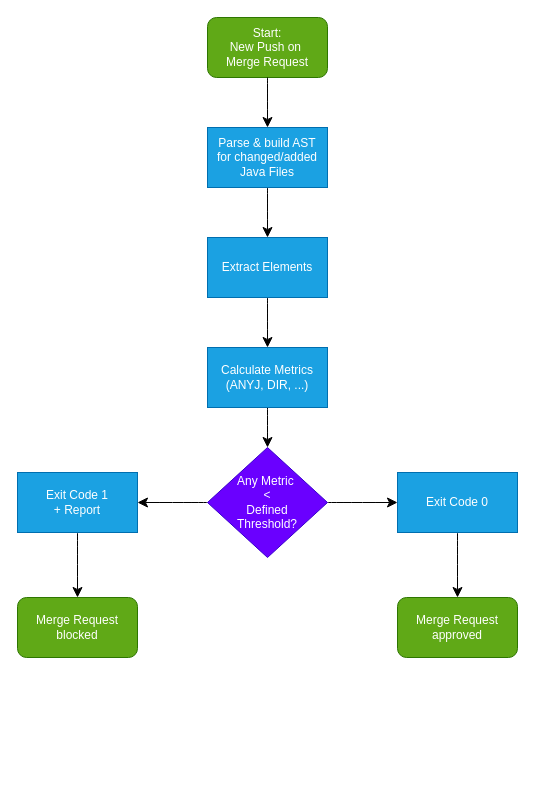
silvio201/pat-prototype keeps this draw.io diagram as Flussdiagram.drawio. Above is the earlier version. Source tidied: cells renumbered, new cells numbered last; positions are measured from the earlier drawing's top-left corner, leaving out a move shared by most shapes. Both pictures are drawn from the tidied source at 100%, with x=0, y=0 at pixel (17, 17).
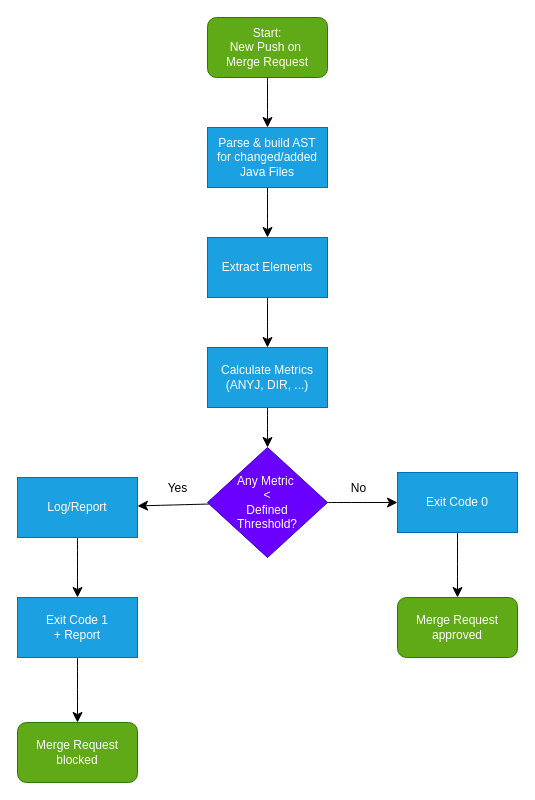
The same page after the edit.

Commit message:
Modified Flussdiagram.drawio: Added extra report step and Yes/No description

Unchanged cells that the change refers to:
```xml
<mxCell id="10" style="edgeStyle=none;curved=1;rounded=0;jettySize=auto;html=1;entryX=0;entryY=0.5;entryDx=0;entryDy=0;fontSize=12;startSize=8;endSize=8;" parent="1" edge="1" source="11" target="15">
  <mxGeometry relative="1" as="geometry" />
</mxCell>
<mxCell id="11" value="Any Metric&amp;nbsp;&lt;br&gt;&amp;lt;&lt;br&gt;Defined&lt;br&gt;Threshold?" style="rhombus;whiteSpace=wrap;html=1;fillColor=#6a00ff;fontColor=#ffffff;strokeColor=#3700CC;" parent="1" vertex="1">
  <mxGeometry x="190" y="430" width="120" height="110" as="geometry" />
</mxCell>
```

Change to the diagram source:
```diff
@@
-    <mxCell id="9" style="edgeStyle=none;curved=1;rounded=0;jettySize=auto;html=1;entryX=1;entryY=0.5;entryDx=0;entryDy=0;fontSize=12;startSize=8;endSize=8;" parent="1" edge="1" source="11" target="13">
-      <mxGeometry relative="1" as="geometry" />
-    </mxCell>
@@
+    <mxCell id="19" value="&lt;div&gt;No&lt;/div&gt;" style="edgeLabel;html=1;align=center;verticalAlign=middle;fontSize=12;" parent="10" vertex="1">
+      <mxGeometry x="-0.02" y="1" relative="1" as="geometry">
+        <mxPoint x="-4" y="-14" as="offset" />
+      </mxGeometry>
+    </mxCell>
+    <mxCell id="20" style="edgeStyle=none;curved=1;rounded=0;jettySize=auto;html=1;fontSize=12;startSize=8;endSize=8;" parent="1" edge="1" source="11" target="23">
+      <mxGeometry relative="1" as="geometry" />
+    </mxCell>
+    <mxCell id="21" value="&lt;div&gt;Yes&lt;/div&gt;" style="edgeLabel;html=1;align=center;verticalAlign=middle;fontSize=12;" parent="20" vertex="1">
+      <mxGeometry x="-0.29" y="3" relative="1" as="geometry">
+        <mxPoint x="-7" y="-20" as="offset" />
+      </mxGeometry>
+    </mxCell>
@@
     <mxCell id="13" value="Exit Code 1&lt;br&gt;+ Report" style="rounded=0;whiteSpace=wrap;html=1;fillColor=#1ba1e2;fontColor=#ffffff;strokeColor=#006EAF;" parent="1" vertex="1">
-      <mxGeometry y="455" width="120" height="60" as="geometry" />
+      <mxGeometry y="580" width="120" height="60" as="geometry" />
     </mxCell>
@@
     <mxCell id="16" value="Merge Request blocked" style="rounded=1;whiteSpace=wrap;html=1;fillColor=#60a917;fontColor=#ffffff;strokeColor=#2D7600;" parent="1" vertex="1">
-      <mxGeometry y="580" width="120" height="60" as="geometry" />
+      <mxGeometry y="705" width="120" height="60" as="geometry" />
     </mxCell>
@@
+    <mxCell id="22" style="edgeStyle=none;curved=1;rounded=0;jettySize=auto;html=1;entryX=0.5;entryY=0;entryDx=0;entryDy=0;fontSize=12;startSize=8;endSize=8;" parent="1" edge="1" source="23" target="13">
+      <mxGeometry relative="1" as="geometry" />
+    </mxCell>
+    <mxCell id="23" value="Log/Report" style="rounded=0;whiteSpace=wrap;html=1;fillColor=#1ba1e2;fontColor=#ffffff;strokeColor=#006EAF;" parent="1" vertex="1">
+      <mxGeometry y="460" width="120" height="60" as="geometry" />
+    </mxCell>
```
